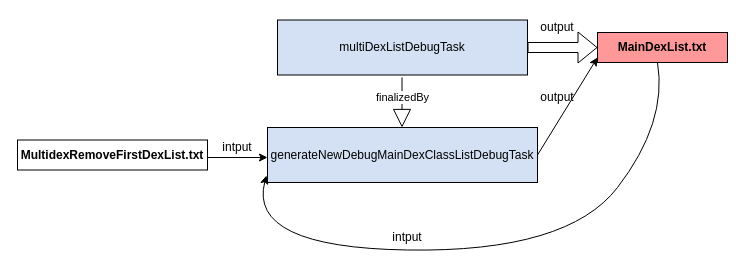
The draw.io diagram page "mainDex" (4 of 24) of T9.drawio in shinecjj/UML, before the edit. Source tidied: cells renumbered, new cells numbered last; positions are measured from the earlier drawing's top-left corner, leaving out a move shared by most shapes. Both pictures are drawn from the tidied source at 100%, with x=0, y=0 at pixel (17, 17).
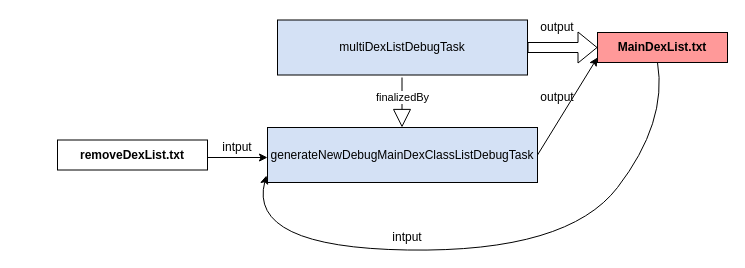
After the change.

The edit, as a diff of the source:
```diff
@@
 <mxGraphModel>
   <root>
     <mxCell id="0" />
     <mxCell id="1" parent="0" />
     <mxCell id="2" value="&lt;b&gt;MainDexList.txt&lt;/b&gt;" style="rounded=0;whiteSpace=wrap;html=1;strokeColor=#000000;fillColor=#FF9999;" parent="1" vertex="1">
       <mxGeometry x="580" y="15" width="130" height="30" as="geometry" />
     </mxCell>
     <mxCell id="3" value="multiDexListDebugTask" style="rounded=0;whiteSpace=wrap;html=1;strokeColor=#000000;fillColor=#D4E1F5;" parent="1" vertex="1">
       <mxGeometry x="260" y="2.5" width="250" height="55" as="geometry" />
     </mxCell>
     <mxCell id="4" style="shape=flexArrow;endArrow=classic;html=1;strokeColor=#000000;fillColor=#FFFFFF;exitX=1;exitY=0.5;exitDx=0;exitDy=0;entryX=0;entryY=0.5;entryDx=0;entryDy=0;" parent="1" edge="1" source="3" target="2">
       <mxGeometry relative="1" as="geometry" />
     </mxCell>
     <mxCell id="5" value="output" style="text;html=1;strokeColor=none;fillColor=none;align=center;verticalAlign=middle;whiteSpace=wrap;rounded=0;" parent="1" vertex="1">
       <mxGeometry x="520" width="40" height="20" as="geometry" />
     </mxCell>
     <mxCell id="6" value="generateNewDebugMainDexClassListDebugTask" style="rounded=0;whiteSpace=wrap;html=1;strokeColor=#000000;fillColor=#D4E1F5;" parent="1" vertex="1">
       <mxGeometry x="250" y="110" width="270" height="55" as="geometry" />
     </mxCell>
     <mxCell id="7" style="curved=1;endArrow=classic;html=1;strokeColor=#000000;fillColor=#FFFFFF;entryX=-0.004;entryY=0.873;entryDx=0;entryDy=0;entryPerimeter=0;" parent="1" edge="1" target="6">
       <mxGeometry relative="1" as="geometry">
         <mxPoint x="640" y="45" as="sourcePoint" />
         <Array as="points">
           <mxPoint x="650" y="105" />
           <mxPoint x="550" y="235" />
           <mxPoint x="230" y="230" />
         </Array>
       </mxGeometry>
     </mxCell>
     <mxCell id="8" style="endArrow=classic;html=1;strokeColor=#000000;fillColor=#FFFFFF;exitX=1;exitY=0.5;exitDx=0;exitDy=0;" parent="1" edge="1" source="6">
       <mxGeometry relative="1" as="geometry">
         <mxPoint x="580" y="40" as="targetPoint" />
       </mxGeometry>
     </mxCell>
     <mxCell id="9" value="output" style="text;html=1;strokeColor=none;fillColor=none;align=center;verticalAlign=middle;whiteSpace=wrap;rounded=0;" parent="1" vertex="1">
       <mxGeometry x="520" y="70" width="40" height="20" as="geometry" />
     </mxCell>
     <mxCell id="10" style="endArrow=classic;html=1;strokeColor=#000000;fillColor=#FFFFFF;" parent="1" edge="1">
       <mxGeometry relative="1" as="geometry">
         <mxPoint x="190" y="140" as="sourcePoint" />
         <mxPoint x="250" y="140" as="targetPoint" />
       </mxGeometry>
     </mxCell>
     <mxCell id="11" value="intput" style="text;html=1;strokeColor=none;fillColor=none;align=center;verticalAlign=middle;whiteSpace=wrap;rounded=0;" parent="1" vertex="1">
       <mxGeometry x="200" y="120" width="40" height="20" as="geometry" />
     </mxCell>
     <mxCell id="12" value="intput" style="text;html=1;strokeColor=none;fillColor=none;align=center;verticalAlign=middle;whiteSpace=wrap;rounded=0;" parent="1" vertex="1">
       <mxGeometry x="370" y="210" width="40" height="20" as="geometry" />
     </mxCell>
-    <mxCell id="13" value="&lt;b&gt;MultidexRemoveFirstDexList.txt&lt;/b&gt;" style="rounded=0;whiteSpace=wrap;html=1;strokeColor=#000000;fillColor=none;" parent="1" vertex="1">
-      <mxGeometry y="122.5" width="190" height="30" as="geometry" />
+    <mxCell id="13" value="&lt;b&gt;removeDexList.txt&lt;/b&gt;" style="rounded=0;whiteSpace=wrap;html=1;strokeColor=#000000;fillColor=none;" parent="1" vertex="1">
+      <mxGeometry x="40" y="122.5" width="150" height="30" as="geometry" />
     </mxCell>
     <mxCell id="14" value="finalizedBy" style="endArrow=block;endSize=16;endFill=0;html=1;strokeColor=#000000;fillColor=#FFFFFF;" parent="1" edge="1">
       <mxGeometry x="-0.2" relative="1" as="geometry">
         <mxPoint x="384.5" y="60" as="sourcePoint" />
         <mxPoint x="384.5" y="110" as="targetPoint" />
       </mxGeometry>
     </mxCell>
   </root>
 </mxGraphModel>
```
